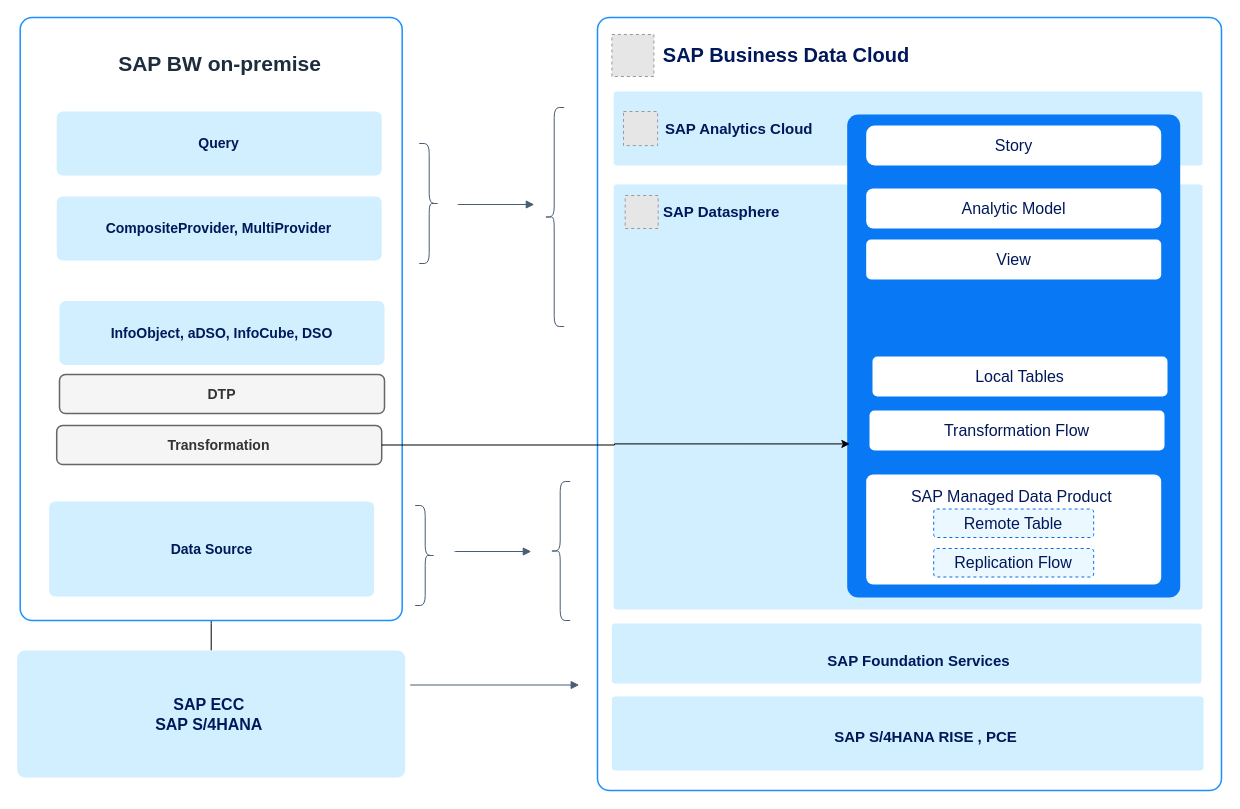
Before: docs/ref-arch/RA0013/4-modernizing-sap-bw-with-sap-bdc/drawio/bw-transformations.drawio in SAP/architecture-center, a draw.io diagram. Source tidied: cells renumbered, new cells numbered last; positions are measured from the earlier drawing's top-left corner, leaving out a move shared by most shapes. Both pictures are drawn from the tidied source at 100%, with x=0, y=0 at pixel (17, 17). Pictures stored in the file or linked from it are replaced by grey dashed boxes.
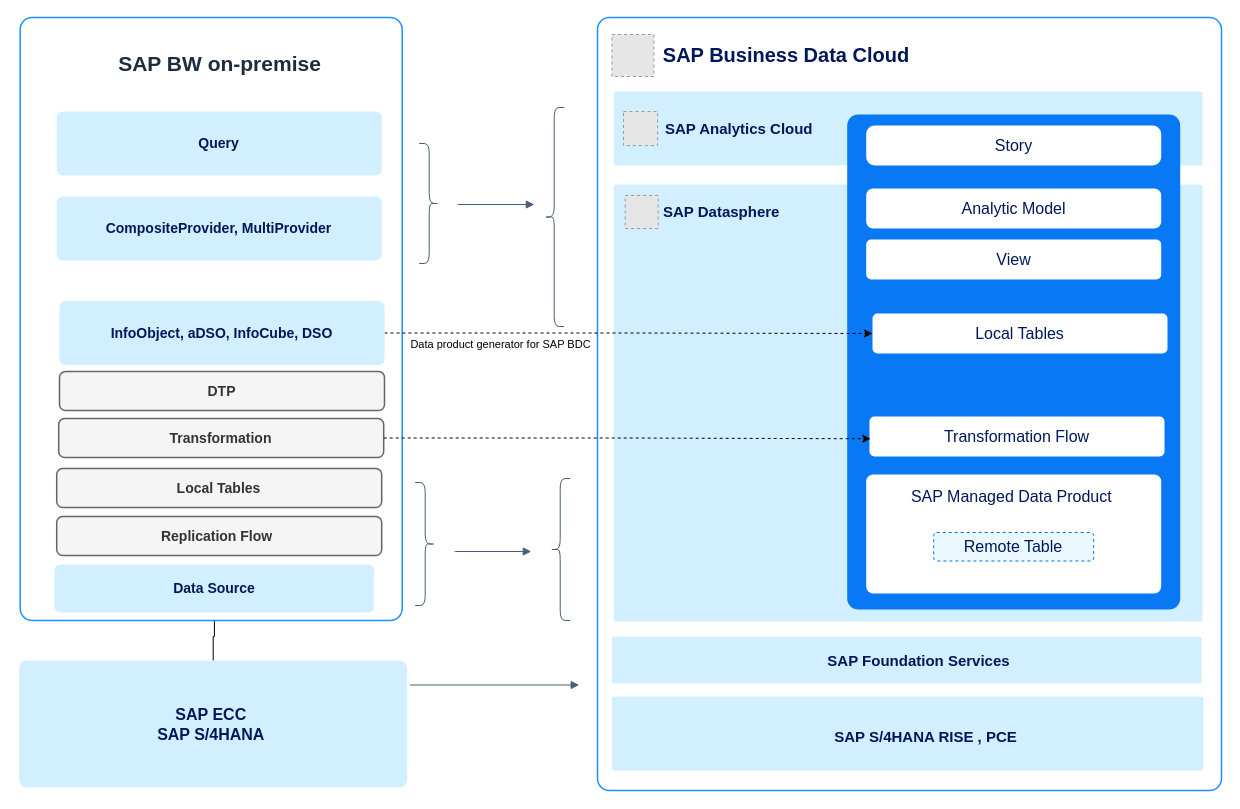
The same page after the edit.

Unchanged cells that the change refers to:
```xml
<mxCell id="20" value="InfoObject, aDSO, InfoCube, DSO" style="rounded=1;whiteSpace=wrap;html=1;strokeColor=none;fillColor=#D1EFFF;arcSize=12;absoluteArcSize=1;imageWidth=64;imageHeight=64;strokeWidth=1.5;align=center;verticalAlign=middle;fontFamily=Helvetica;fontSize=14;fontColor=light-dark(#00185A,#C5D9FF);fontStyle=1;gradientColor=none;gradientDirection=south;" parent="1" vertex="1">
  <mxGeometry x="42" y="283.5" width="325" height="64" as="geometry" />
</mxCell>
```

Change to the diagram source:
```diff
@@
     <mxCell id="5" value="&lt;font size=&quot;3&quot;&gt;SAP ECC&amp;nbsp;&lt;/font&gt;&lt;div&gt;&lt;font size=&quot;3&quot;&gt;SAP S/4HANA&amp;nbsp;&lt;/font&gt;&lt;/div&gt;" style="rounded=1;whiteSpace=wrap;html=1;strokeColor=none;fillColor=#D1EFFF;arcSize=16;absoluteArcSize=1;imageWidth=64;imageHeight=64;strokeWidth=1.5;align=center;verticalAlign=middle;spacingTop=0;spacing=0;fontFamily=Arial;fontSize=13;fontColor=light-dark(#00185A,#C5D9FF);fontStyle=1;gradientColor=none;" parent="1" vertex="1">
-      <mxGeometry x="-0.3" y="633" width="388" height="127" as="geometry" />
+      <mxGeometry x="1.7" y="643" width="388" height="127" as="geometry" />
     </mxCell>
@@
     <mxCell id="7" style="rounded=1;whiteSpace=wrap;html=1;arcSize=6;absoluteArcSize=1;imageWidth=64;imageHeight=64;strokeWidth=1.5;dashed=1;dashPattern=1 2;align=center;verticalAlign=top;spacingTop=0;spacing=0;fontFamily=Arial;fontSize=13;fontColor=#00185A;fontStyle=1;fillColor=#D1EFFF;gradientColor=none;strokeColor=none;" parent="1" vertex="1">
-      <mxGeometry x="596.2" y="167" width="588.8" height="425" as="geometry" />
+      <mxGeometry x="596.2" y="167" width="588.8" height="437" as="geometry" />
     </mxCell>
     <mxCell id="8" style="rounded=1;whiteSpace=wrap;html=1;arcSize=6;absoluteArcSize=1;imageWidth=64;imageHeight=64;strokeWidth=1.5;dashed=1;dashPattern=1 2;align=center;verticalAlign=top;spacingTop=0;spacing=0;fontFamily=Arial;fontSize=13;fontColor=#00185A;fontStyle=1;fillColor=#D1EFFF;gradientColor=none;strokeColor=none;" parent="1" vertex="1">
-      <mxGeometry x="594.4" y="606" width="589.6" height="60" as="geometry" />
+      <mxGeometry x="594.4" y="619" width="589.6" height="47" as="geometry" />
     </mxCell>
@@
     <mxCell id="12" style="rounded=1;whiteSpace=wrap;html=1;strokeColor=none;fillColor=light-dark(#0878f5, #0d3c56);arcSize=22;absoluteArcSize=1;imageWidth=64;imageHeight=64;strokeWidth=1.5;align=center;verticalAlign=middle;spacingLeft=13;spacingTop=11;spacing=0;fontFamily=Arial;fontSize=13;fontColor=#FFFFFF;fontStyle=1;gradientColor=none;" parent="1" vertex="1">
-      <mxGeometry x="829.7" y="97" width="333" height="483" as="geometry" />
+      <mxGeometry x="829.7" y="97" width="333" height="495" as="geometry" />
     </mxCell>
     <mxCell id="13" value="&lt;font style=&quot;font-size: 16px;&quot;&gt;SAP Managed Data Product&amp;nbsp;&lt;/font&gt;&lt;div&gt;&lt;font style=&quot;font-size: 13px;&quot;&gt;&lt;br&gt;&lt;/font&gt;&lt;/div&gt;&lt;div&gt;&lt;font style=&quot;font-size: 13px;&quot;&gt;&lt;br&gt;&lt;/font&gt;&lt;/div&gt;" style="rounded=1;whiteSpace=wrap;html=1;arcSize=14;absoluteArcSize=1;imageWidth=64;imageHeight=64;strokeWidth=1.5;dashed=1;dashPattern=1 2;strokeColor=none;verticalAlign=top;spacingTop=6;fontColor=light-dark(#00185A,#C5D9FF);" parent="1" vertex="1">
-      <mxGeometry x="848.7" y="457" width="295" height="110" as="geometry" />
+      <mxGeometry x="848.7" y="457" width="295" height="119" as="geometry" />
     </mxCell>
     <mxCell id="14" value="Remote Table" style="rounded=1;whiteSpace=wrap;html=1;strokeColor=#0070F2;fillColor=#EBF8FF;arcSize=6;absoluteArcSize=1;imageWidth=64;imageHeight=64;strokeWidth=1;dashed=1;fontColor=light-dark(#00185A,#C5D9FF);fontSize=16;" parent="1" vertex="1">
-      <mxGeometry x="916.2" y="491.5" width="160" height="28.5" as="geometry" />
+      <mxGeometry x="916.2" y="515" width="160" height="28.5" as="geometry" />
     </mxCell>
@@
     <mxCell id="19" value="Data Source" style="rounded=1;whiteSpace=wrap;html=1;strokeColor=none;fillColor=#D1EFFF;arcSize=12;absoluteArcSize=1;imageWidth=64;imageHeight=64;strokeWidth=1.5;align=center;verticalAlign=middle;fontFamily=Helvetica;fontSize=14;fontColor=light-dark(#00185A,#C5D9FF);fontStyle=1;gradientColor=none;gradientDirection=south;" parent="1" vertex="1">
-      <mxGeometry x="31.7" y="484" width="325" height="95" as="geometry" />
+      <mxGeometry x="37" y="547" width="319.7" height="48" as="geometry" />
     </mxCell>
+    <mxCell id="43" style="edgeStyle=orthogonalEdgeStyle;rounded=0;jettySize=auto;html=1;dashed=1;" parent="1" edge="1" source="20" target="39">
+      <mxGeometry relative="1" as="geometry" />
+    </mxCell>
@@
     <mxCell id="21" style="shape=curlyBracket;whiteSpace=wrap;html=1;rounded=1;flipH=1;labelPosition=right;verticalLabelPosition=middle;align=left;verticalAlign=middle;strokeColor=#475E74;" parent="1" vertex="1">
-      <mxGeometry x="397.7" y="488" width="20" height="100" as="geometry" />
+      <mxGeometry x="397.7" y="465" width="20" height="123" as="geometry" />
     </mxCell>
     <mxCell id="22" style="shape=curlyBracket;whiteSpace=wrap;html=1;rounded=1;labelPosition=left;verticalLabelPosition=middle;align=right;verticalAlign=middle;strokeColor=#475E74;" parent="1" vertex="1">
-      <mxGeometry x="532.7" y="464" width="20" height="139" as="geometry" />
+      <mxGeometry x="532.7" y="461" width="20" height="142" as="geometry" />
     </mxCell>
@@
     <mxCell id="37" value="Transformation" style="rounded=1;whiteSpace=wrap;html=1;strokeColor=#666666;fillColor=#f5f5f5;arcSize=12;absoluteArcSize=1;imageWidth=64;imageHeight=64;strokeWidth=1.5;align=center;verticalAlign=middle;fontFamily=Helvetica;fontSize=14;fontColor=#333333;fontStyle=1;gradientDirection=south;" parent="1" vertex="1">
-      <mxGeometry x="39.2" y="408" width="325" height="39" as="geometry" />
+      <mxGeometry x="41.2" y="401" width="325" height="39" as="geometry" />
     </mxCell>
     <mxCell id="38" value="DTP" style="rounded=1;whiteSpace=wrap;html=1;strokeColor=#666666;fillColor=#f5f5f5;arcSize=12;absoluteArcSize=1;imageWidth=64;imageHeight=64;strokeWidth=1.5;align=center;verticalAlign=middle;fontFamily=Helvetica;fontSize=14;fontColor=#333333;fontStyle=1;gradientDirection=south;" parent="1" vertex="1">
-      <mxGeometry x="42" y="357" width="325" height="39" as="geometry" />
+      <mxGeometry x="42" y="354" width="325" height="39" as="geometry" />
     </mxCell>
     <mxCell id="39" value="&lt;div&gt;Local Tables&lt;/div&gt;" style="rounded=1;whiteSpace=wrap;html=1;arcSize=10;absoluteArcSize=1;imageWidth=64;imageHeight=64;strokeWidth=1.5;dashed=1;dashPattern=1 2;strokeColor=none;fontSize=16;fontColor=light-dark(#00185A,#C5D9FF);" parent="1" vertex="1">
-      <mxGeometry x="855" y="339" width="295" height="40" as="geometry" />
+      <mxGeometry x="855" y="296" width="295" height="40" as="geometry" />
     </mxCell>
+    <mxCell id="41" value="&lt;div&gt;Transformation Flow&lt;/div&gt;" style="rounded=1;whiteSpace=wrap;html=1;arcSize=10;absoluteArcSize=1;imageWidth=64;imageHeight=64;strokeWidth=1.5;dashed=1;dashPattern=1 2;strokeColor=none;fontSize=16;fontColor=light-dark(#00185A,#C5D9FF);" parent="1" vertex="1">
+      <mxGeometry x="852" y="399" width="295" height="40" as="geometry" />
+    </mxCell>
+    <mxCell id="44" value="Local Tables" style="rounded=1;whiteSpace=wrap;html=1;strokeColor=#666666;fillColor=#f5f5f5;arcSize=12;absoluteArcSize=1;imageWidth=64;imageHeight=64;strokeWidth=1.5;align=center;verticalAlign=middle;fontFamily=Helvetica;fontSize=14;fontColor=#333333;fontStyle=1;gradientDirection=south;" parent="1" vertex="1">
+      <mxGeometry x="39.2" y="451" width="325" height="39" as="geometry" />
+    </mxCell>
-    <mxCell id="40" value="Replication Flow" style="rounded=1;whiteSpace=wrap;html=1;strokeColor=#0070F2;fillColor=#EBF8FF;arcSize=6;absoluteArcSize=1;imageWidth=64;imageHeight=64;strokeWidth=1;dashed=1;fontColor=light-dark(#00185A,#C5D9FF);fontSize=16;" parent="1" vertex="1">
-      <mxGeometry x="916.2" y="531" width="160" height="28.5" as="geometry" />
+    <mxCell id="40" value="Replication Flow&amp;nbsp;" style="rounded=1;whiteSpace=wrap;html=1;strokeColor=#666666;fillColor=#f5f5f5;arcSize=12;absoluteArcSize=1;imageWidth=64;imageHeight=64;strokeWidth=1.5;align=center;verticalAlign=middle;fontFamily=Helvetica;fontSize=14;fontColor=#333333;fontStyle=1;gradientDirection=south;" parent="1" vertex="1">
+      <mxGeometry x="39.2" y="499" width="325" height="39" as="geometry" />
     </mxCell>
-    <mxCell id="41" value="&lt;div&gt;Transformation Flow&lt;/div&gt;" style="rounded=1;whiteSpace=wrap;html=1;arcSize=10;absoluteArcSize=1;imageWidth=64;imageHeight=64;strokeWidth=1.5;dashed=1;dashPattern=1 2;strokeColor=none;fontSize=16;fontColor=light-dark(#00185A,#C5D9FF);" parent="1" vertex="1">
-      <mxGeometry x="852" y="393" width="295" height="40" as="geometry" />
-    </mxCell>
-    <mxCell id="42" style="edgeStyle=orthogonalEdgeStyle;rounded=0;jettySize=auto;html=1;entryX=0.008;entryY=0.682;entryDx=0;entryDy=0;entryPerimeter=0;" parent="1" edge="1" source="37" target="12">
-      <mxGeometry relative="1" as="geometry" />
-    </mxCell>
+    <mxCell id="45" value="&lt;font style=&quot;font-size: 11px;&quot;&gt;Data product generator for SAP BDC&lt;/font&gt;" style="text;html=1;align=center;verticalAlign=middle;whiteSpace=wrap;rounded=0;" parent="1" vertex="1">
+      <mxGeometry x="376" y="312" width="215.3" height="30" as="geometry" />
+    </mxCell>
+    <mxCell id="46" style="edgeStyle=orthogonalEdgeStyle;rounded=0;jettySize=auto;html=1;entryX=0.004;entryY=0.557;entryDx=0;entryDy=0;entryPerimeter=0;dashed=1;" parent="1" edge="1" source="37" target="41">
+      <mxGeometry relative="1" as="geometry" />
+    </mxCell>
```
